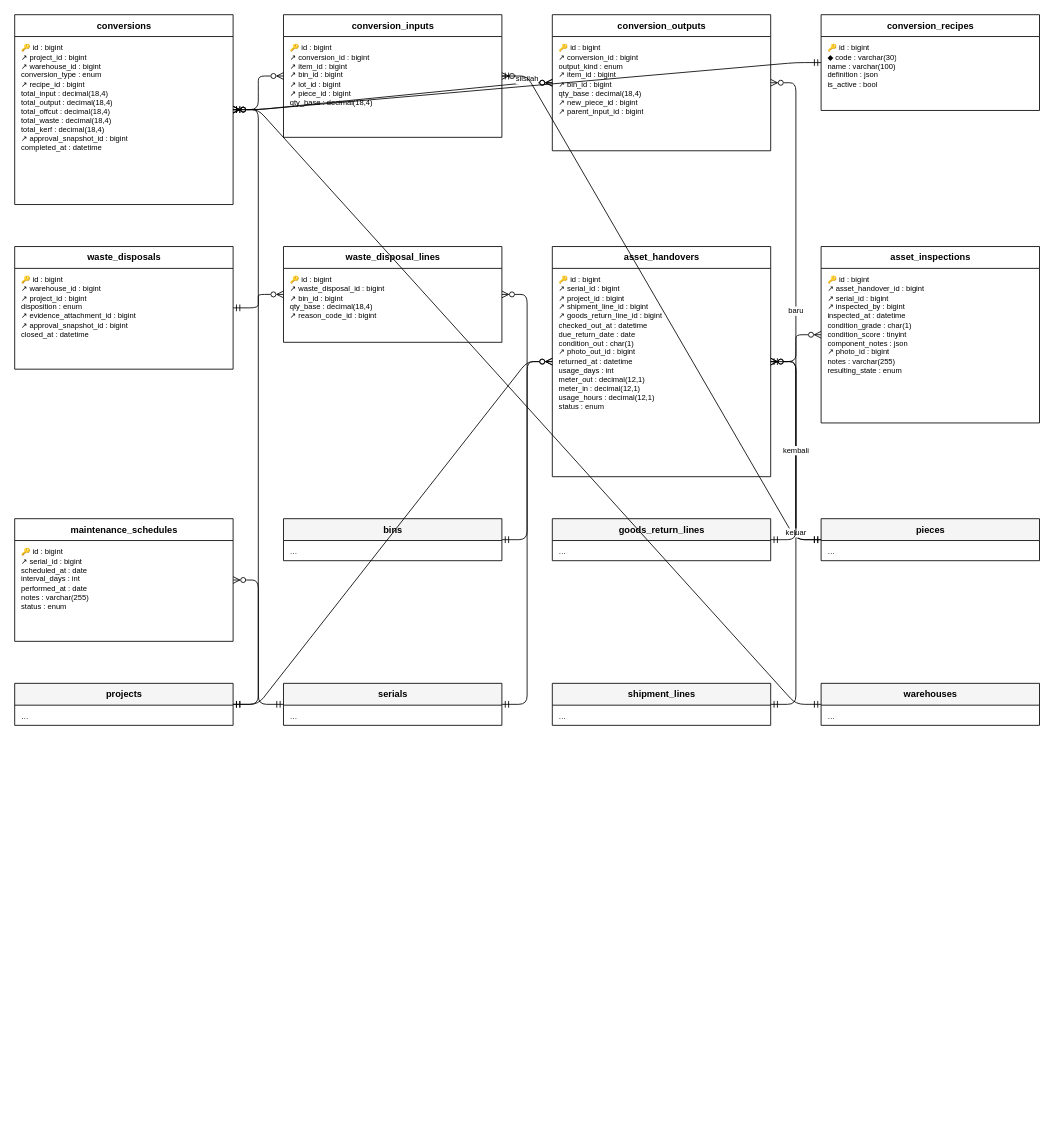
The draw.io diagram docs/diagram/erd-konversi-aset.drawio in HengkyDarmawan/wms, before the edit. Source tidied: cells renumbered, new cells numbered last; positions are measured from the earlier drawing's top-left corner, leaving out a move shared by most shapes. Both pictures are drawn from the tidied source at 84%, with x=0, y=0 at pixel (14, 14).
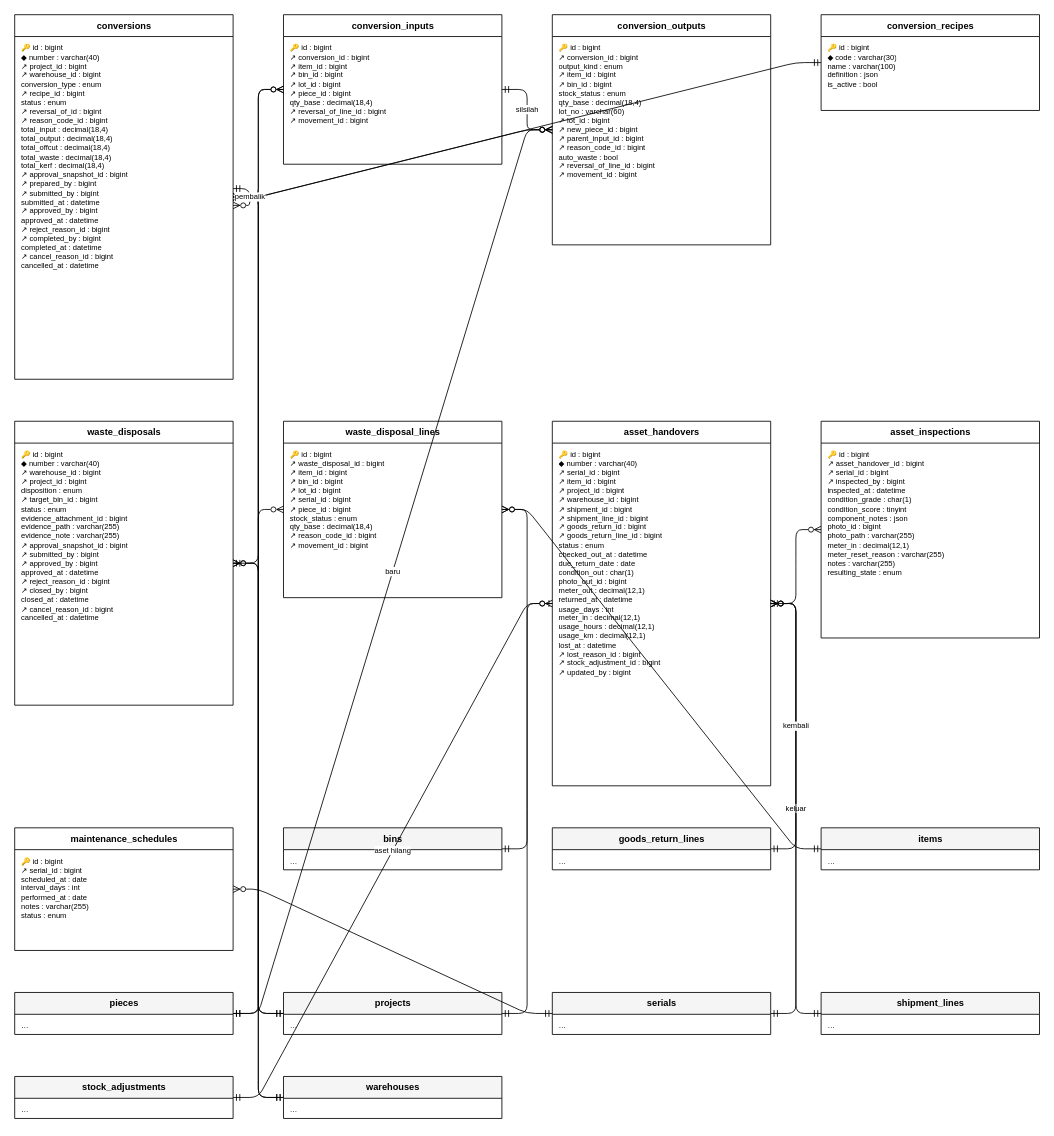
Above is the later version.

The edit, as a diff of the source:
```diff
@@
     <mxCell id="2" value="conversions" style="swimlane;fontStyle=1;horizontal=1;startSize=26;html=1;fontSize=11;fillColor=#FFFFFF;" parent="1" vertex="1">
-      <mxGeometry width="260" height="226" as="geometry" />
+      <mxGeometry width="260" height="434" as="geometry" />
     </mxCell>
-    <mxCell id="3" value="🔑 id : bigint&lt;br&gt;↗ project_id : bigint&lt;br&gt;↗ warehouse_id : bigint&lt;br&gt;conversion_type : enum&lt;br&gt;↗ recipe_id : bigint&lt;br&gt;total_input : decimal(18,4)&lt;br&gt;total_output : decimal(18,4)&lt;br&gt;total_offcut : decimal(18,4)&lt;br&gt;total_waste : decimal(18,4)&lt;br&gt;total_kerf : decimal(18,4)&lt;br&gt;↗ approval_snapshot_id : bigint&lt;br&gt;completed_at : datetime" style="text;html=1;strokeColor=none;fillColor=none;align=left;verticalAlign=top;spacingLeft=6;spacingTop=2;fontSize=9;whiteSpace=wrap;overflow=hidden;" parent="2" vertex="1">
-      <mxGeometry y="26" width="260" height="200" as="geometry" />
+    <mxCell id="3" value="🔑 id : bigint&lt;br&gt;◆ number : varchar(40)&lt;br&gt;↗ project_id : bigint&lt;br&gt;↗ warehouse_id : bigint&lt;br&gt;conversion_type : enum&lt;br&gt;↗ recipe_id : bigint&lt;br&gt;status : enum&lt;br&gt;↗ reversal_of_id : bigint&lt;br&gt;↗ reason_code_id : bigint&lt;br&gt;total_input : decimal(18,4)&lt;br&gt;total_output : decimal(18,4)&lt;br&gt;total_offcut : decimal(18,4)&lt;br&gt;total_waste : decimal(18,4)&lt;br&gt;total_kerf : decimal(18,4)&lt;br&gt;↗ approval_snapshot_id : bigint&lt;br&gt;↗ prepared_by : bigint&lt;br&gt;↗ submitted_by : bigint&lt;br&gt;submitted_at : datetime&lt;br&gt;↗ approved_by : bigint&lt;br&gt;approved_at : datetime&lt;br&gt;↗ reject_reason_id : bigint&lt;br&gt;↗ completed_by : bigint&lt;br&gt;completed_at : datetime&lt;br&gt;↗ cancel_reason_id : bigint&lt;br&gt;cancelled_at : datetime" style="text;html=1;strokeColor=none;fillColor=none;align=left;verticalAlign=top;spacingLeft=6;spacingTop=2;fontSize=9;whiteSpace=wrap;overflow=hidden;" parent="2" vertex="1">
+      <mxGeometry y="26" width="260" height="408" as="geometry" />
     </mxCell>
     <mxCell id="4" value="conversion_inputs" style="swimlane;fontStyle=1;horizontal=1;startSize=26;html=1;fontSize=11;fillColor=#FFFFFF;" parent="1" vertex="1">
-      <mxGeometry x="320" width="260" height="146" as="geometry" />
+      <mxGeometry x="320" width="260" height="178" as="geometry" />
     </mxCell>
-    <mxCell id="5" value="🔑 id : bigint&lt;br&gt;↗ conversion_id : bigint&lt;br&gt;↗ item_id : bigint&lt;br&gt;↗ bin_id : bigint&lt;br&gt;↗ lot_id : bigint&lt;br&gt;↗ piece_id : bigint&lt;br&gt;qty_base : decimal(18,4)" style="text;html=1;strokeColor=none;fillColor=none;align=left;verticalAlign=top;spacingLeft=6;spacingTop=2;fontSize=9;whiteSpace=wrap;overflow=hidden;" parent="4" vertex="1">
-      <mxGeometry y="26" width="260" height="120" as="geometry" />
+    <mxCell id="5" value="🔑 id : bigint&lt;br&gt;↗ conversion_id : bigint&lt;br&gt;↗ item_id : bigint&lt;br&gt;↗ bin_id : bigint&lt;br&gt;↗ lot_id : bigint&lt;br&gt;↗ piece_id : bigint&lt;br&gt;qty_base : decimal(18,4)&lt;br&gt;↗ reversal_of_line_id : bigint&lt;br&gt;↗ movement_id : bigint" style="text;html=1;strokeColor=none;fillColor=none;align=left;verticalAlign=top;spacingLeft=6;spacingTop=2;fontSize=9;whiteSpace=wrap;overflow=hidden;" parent="4" vertex="1">
+      <mxGeometry y="26" width="260" height="152" as="geometry" />
     </mxCell>
     <mxCell id="6" value="conversion_outputs" style="swimlane;fontStyle=1;horizontal=1;startSize=26;html=1;fontSize=11;fillColor=#FFFFFF;" parent="1" vertex="1">
-      <mxGeometry x="640" width="260" height="162" as="geometry" />
+      <mxGeometry x="640" width="260" height="274" as="geometry" />
     </mxCell>
-    <mxCell id="7" value="🔑 id : bigint&lt;br&gt;↗ conversion_id : bigint&lt;br&gt;output_kind : enum&lt;br&gt;↗ item_id : bigint&lt;br&gt;↗ bin_id : bigint&lt;br&gt;qty_base : decimal(18,4)&lt;br&gt;↗ new_piece_id : bigint&lt;br&gt;↗ parent_input_id : bigint" style="text;html=1;strokeColor=none;fillColor=none;align=left;verticalAlign=top;spacingLeft=6;spacingTop=2;fontSize=9;whiteSpace=wrap;overflow=hidden;" parent="6" vertex="1">
-      <mxGeometry y="26" width="260" height="136" as="geometry" />
+    <mxCell id="7" value="🔑 id : bigint&lt;br&gt;↗ conversion_id : bigint&lt;br&gt;output_kind : enum&lt;br&gt;↗ item_id : bigint&lt;br&gt;↗ bin_id : bigint&lt;br&gt;stock_status : enum&lt;br&gt;qty_base : decimal(18,4)&lt;br&gt;lot_no : varchar(60)&lt;br&gt;↗ lot_id : bigint&lt;br&gt;↗ new_piece_id : bigint&lt;br&gt;↗ parent_input_id : bigint&lt;br&gt;↗ reason_code_id : bigint&lt;br&gt;auto_waste : bool&lt;br&gt;↗ reversal_of_line_id : bigint&lt;br&gt;↗ movement_id : bigint" style="text;html=1;strokeColor=none;fillColor=none;align=left;verticalAlign=top;spacingLeft=6;spacingTop=2;fontSize=9;whiteSpace=wrap;overflow=hidden;" parent="6" vertex="1">
+      <mxGeometry y="26" width="260" height="248" as="geometry" />
     </mxCell>
@@
     <mxCell id="10" value="waste_disposals" style="swimlane;fontStyle=1;horizontal=1;startSize=26;html=1;fontSize=11;fillColor=#FFFFFF;" parent="1" vertex="1">
-      <mxGeometry y="276" width="260" height="146" as="geometry" />
+      <mxGeometry y="484" width="260" height="338" as="geometry" />
     </mxCell>
-    <mxCell id="11" value="🔑 id : bigint&lt;br&gt;↗ warehouse_id : bigint&lt;br&gt;↗ project_id : bigint&lt;br&gt;disposition : enum&lt;br&gt;↗ evidence_attachment_id : bigint&lt;br&gt;↗ approval_snapshot_id : bigint&lt;br&gt;closed_at : datetime" style="text;html=1;strokeColor=none;fillColor=none;align=left;verticalAlign=top;spacingLeft=6;spacingTop=2;fontSize=9;whiteSpace=wrap;overflow=hidden;" parent="10" vertex="1">
-      <mxGeometry y="26" width="260" height="120" as="geometry" />
+    <mxCell id="11" value="🔑 id : bigint&lt;br&gt;◆ number : varchar(40)&lt;br&gt;↗ warehouse_id : bigint&lt;br&gt;↗ project_id : bigint&lt;br&gt;disposition : enum&lt;br&gt;↗ target_bin_id : bigint&lt;br&gt;status : enum&lt;br&gt;evidence_attachment_id : bigint&lt;br&gt;evidence_path : varchar(255)&lt;br&gt;evidence_note : varchar(255)&lt;br&gt;↗ approval_snapshot_id : bigint&lt;br&gt;↗ submitted_by : bigint&lt;br&gt;↗ approved_by : bigint&lt;br&gt;approved_at : datetime&lt;br&gt;↗ reject_reason_id : bigint&lt;br&gt;↗ closed_by : bigint&lt;br&gt;closed_at : datetime&lt;br&gt;↗ cancel_reason_id : bigint&lt;br&gt;cancelled_at : datetime" style="text;html=1;strokeColor=none;fillColor=none;align=left;verticalAlign=top;spacingLeft=6;spacingTop=2;fontSize=9;whiteSpace=wrap;overflow=hidden;" parent="10" vertex="1">
+      <mxGeometry y="26" width="260" height="312" as="geometry" />
     </mxCell>
     <mxCell id="12" value="waste_disposal_lines" style="swimlane;fontStyle=1;horizontal=1;startSize=26;html=1;fontSize=11;fillColor=#FFFFFF;" parent="1" vertex="1">
-      <mxGeometry x="320" y="276" width="260" height="114" as="geometry" />
+      <mxGeometry x="320" y="484" width="260" height="210" as="geometry" />
     </mxCell>
-    <mxCell id="13" value="🔑 id : bigint&lt;br&gt;↗ waste_disposal_id : bigint&lt;br&gt;↗ bin_id : bigint&lt;br&gt;qty_base : decimal(18,4)&lt;br&gt;↗ reason_code_id : bigint" style="text;html=1;strokeColor=none;fillColor=none;align=left;verticalAlign=top;spacingLeft=6;spacingTop=2;fontSize=9;whiteSpace=wrap;overflow=hidden;" parent="12" vertex="1">
-      <mxGeometry y="26" width="260" height="88" as="geometry" />
+    <mxCell id="13" value="🔑 id : bigint&lt;br&gt;↗ waste_disposal_id : bigint&lt;br&gt;↗ item_id : bigint&lt;br&gt;↗ bin_id : bigint&lt;br&gt;↗ lot_id : bigint&lt;br&gt;↗ serial_id : bigint&lt;br&gt;↗ piece_id : bigint&lt;br&gt;stock_status : enum&lt;br&gt;qty_base : decimal(18,4)&lt;br&gt;↗ reason_code_id : bigint&lt;br&gt;↗ movement_id : bigint" style="text;html=1;strokeColor=none;fillColor=none;align=left;verticalAlign=top;spacingLeft=6;spacingTop=2;fontSize=9;whiteSpace=wrap;overflow=hidden;" parent="12" vertex="1">
+      <mxGeometry y="26" width="260" height="184" as="geometry" />
     </mxCell>
     <mxCell id="14" value="asset_handovers" style="swimlane;fontStyle=1;horizontal=1;startSize=26;html=1;fontSize=11;fillColor=#FFFFFF;" parent="1" vertex="1">
-      <mxGeometry x="640" y="276" width="260" height="274" as="geometry" />
+      <mxGeometry x="640" y="484" width="260" height="434" as="geometry" />
     </mxCell>
-    <mxCell id="15" value="🔑 id : bigint&lt;br&gt;↗ serial_id : bigint&lt;br&gt;↗ project_id : bigint&lt;br&gt;↗ shipment_line_id : bigint&lt;br&gt;↗ goods_return_line_id : bigint&lt;br&gt;checked_out_at : datetime&lt;br&gt;due_return_date : date&lt;br&gt;condition_out : char(1)&lt;br&gt;↗ photo_out_id : bigint&lt;br&gt;returned_at : datetime&lt;br&gt;usage_days : int&lt;br&gt;meter_out : decimal(12,1)&lt;br&gt;meter_in : decimal(12,1)&lt;br&gt;usage_hours : decimal(12,1)&lt;br&gt;status : enum" style="text;html=1;strokeColor=none;fillColor=none;align=left;verticalAlign=top;spacingLeft=6;spacingTop=2;fontSize=9;whiteSpace=wrap;overflow=hidden;" parent="14" vertex="1">
-      <mxGeometry y="26" width="260" height="248" as="geometry" />
+    <mxCell id="15" value="🔑 id : bigint&lt;br&gt;◆ number : varchar(40)&lt;br&gt;↗ serial_id : bigint&lt;br&gt;↗ item_id : bigint&lt;br&gt;↗ project_id : bigint&lt;br&gt;↗ warehouse_id : bigint&lt;br&gt;↗ shipment_id : bigint&lt;br&gt;↗ shipment_line_id : bigint&lt;br&gt;↗ goods_return_id : bigint&lt;br&gt;↗ goods_return_line_id : bigint&lt;br&gt;status : enum&lt;br&gt;checked_out_at : datetime&lt;br&gt;due_return_date : date&lt;br&gt;condition_out : char(1)&lt;br&gt;photo_out_id : bigint&lt;br&gt;meter_out : decimal(12,1)&lt;br&gt;returned_at : datetime&lt;br&gt;usage_days : int&lt;br&gt;meter_in : decimal(12,1)&lt;br&gt;usage_hours : decimal(12,1)&lt;br&gt;usage_km : decimal(12,1)&lt;br&gt;lost_at : datetime&lt;br&gt;↗ lost_reason_id : bigint&lt;br&gt;↗ stock_adjustment_id : bigint&lt;br&gt;↗ updated_by : bigint" style="text;html=1;strokeColor=none;fillColor=none;align=left;verticalAlign=top;spacingLeft=6;spacingTop=2;fontSize=9;whiteSpace=wrap;overflow=hidden;" parent="14" vertex="1">
+      <mxGeometry y="26" width="260" height="408" as="geometry" />
     </mxCell>
     <mxCell id="16" value="asset_inspections" style="swimlane;fontStyle=1;horizontal=1;startSize=26;html=1;fontSize=11;fillColor=#FFFFFF;" parent="1" vertex="1">
-      <mxGeometry x="960" y="276" width="260" height="210" as="geometry" />
+      <mxGeometry x="960" y="484" width="260" height="258" as="geometry" />
     </mxCell>
-    <mxCell id="17" value="🔑 id : bigint&lt;br&gt;↗ asset_handover_id : bigint&lt;br&gt;↗ serial_id : bigint&lt;br&gt;↗ inspected_by : bigint&lt;br&gt;inspected_at : datetime&lt;br&gt;condition_grade : char(1)&lt;br&gt;condition_score : tinyint&lt;br&gt;component_notes : json&lt;br&gt;↗ photo_id : bigint&lt;br&gt;notes : varchar(255)&lt;br&gt;resulting_state : enum" style="text;html=1;strokeColor=none;fillColor=none;align=left;verticalAlign=top;spacingLeft=6;spacingTop=2;fontSize=9;whiteSpace=wrap;overflow=hidden;" parent="16" vertex="1">
-      <mxGeometry y="26" width="260" height="184" as="geometry" />
+    <mxCell id="17" value="🔑 id : bigint&lt;br&gt;↗ asset_handover_id : bigint&lt;br&gt;↗ serial_id : bigint&lt;br&gt;↗ inspected_by : bigint&lt;br&gt;inspected_at : datetime&lt;br&gt;condition_grade : char(1)&lt;br&gt;condition_score : tinyint&lt;br&gt;component_notes : json&lt;br&gt;photo_id : bigint&lt;br&gt;photo_path : varchar(255)&lt;br&gt;meter_in : decimal(12,1)&lt;br&gt;meter_reset_reason : varchar(255)&lt;br&gt;notes : varchar(255)&lt;br&gt;resulting_state : enum" style="text;html=1;strokeColor=none;fillColor=none;align=left;verticalAlign=top;spacingLeft=6;spacingTop=2;fontSize=9;whiteSpace=wrap;overflow=hidden;" parent="16" vertex="1">
+      <mxGeometry y="26" width="260" height="232" as="geometry" />
     </mxCell>
     <mxCell id="18" value="maintenance_schedules" style="swimlane;fontStyle=1;horizontal=1;startSize=26;html=1;fontSize=11;fillColor=#FFFFFF;" parent="1" vertex="1">
-      <mxGeometry y="600" width="260" height="146" as="geometry" />
+      <mxGeometry y="968" width="260" height="146" as="geometry" />
     </mxCell>
@@
     <mxCell id="20" value="bins" style="swimlane;fontStyle=1;horizontal=1;startSize=26;html=1;fontSize=11;fillColor=#F5F5F5;" parent="1" vertex="1">
-      <mxGeometry x="320" y="600" width="260" height="50" as="geometry" />
+      <mxGeometry x="320" y="968" width="260" height="50" as="geometry" />
     </mxCell>
@@
     <mxCell id="22" value="goods_return_lines" style="swimlane;fontStyle=1;horizontal=1;startSize=26;html=1;fontSize=11;fillColor=#F5F5F5;" parent="1" vertex="1">
-      <mxGeometry x="640" y="600" width="260" height="50" as="geometry" />
+      <mxGeometry x="640" y="968" width="260" height="50" as="geometry" />
     </mxCell>
@@
+    <mxCell id="50" value="items" style="swimlane;fontStyle=1;horizontal=1;startSize=26;html=1;fontSize=11;fillColor=#F5F5F5;" parent="1" vertex="1">
+      <mxGeometry x="960" y="968" width="260" height="50" as="geometry" />
+    </mxCell>
+    <mxCell id="51" value="…" style="text;html=1;strokeColor=none;fillColor=none;align=left;verticalAlign=top;spacingLeft=6;spacingTop=2;fontSize=9;whiteSpace=wrap;overflow=hidden;" parent="50" vertex="1">
+      <mxGeometry y="26" width="260" height="24" as="geometry" />
+    </mxCell>
     <mxCell id="24" value="pieces" style="swimlane;fontStyle=1;horizontal=1;startSize=26;html=1;fontSize=11;fillColor=#F5F5F5;" parent="1" vertex="1">
-      <mxGeometry x="960" y="600" width="260" height="50" as="geometry" />
+      <mxGeometry y="1164" width="260" height="50" as="geometry" />
     </mxCell>
@@
     <mxCell id="26" value="projects" style="swimlane;fontStyle=1;horizontal=1;startSize=26;html=1;fontSize=11;fillColor=#F5F5F5;" parent="1" vertex="1">
-      <mxGeometry y="796" width="260" height="50" as="geometry" />
+      <mxGeometry x="320" y="1164" width="260" height="50" as="geometry" />
     </mxCell>
@@
     <mxCell id="28" value="serials" style="swimlane;fontStyle=1;horizontal=1;startSize=26;html=1;fontSize=11;fillColor=#F5F5F5;" parent="1" vertex="1">
-      <mxGeometry x="320" y="796" width="260" height="50" as="geometry" />
+      <mxGeometry x="640" y="1164" width="260" height="50" as="geometry" />
     </mxCell>
@@
     <mxCell id="30" value="shipment_lines" style="swimlane;fontStyle=1;horizontal=1;startSize=26;html=1;fontSize=11;fillColor=#F5F5F5;" parent="1" vertex="1">
-      <mxGeometry x="640" y="796" width="260" height="50" as="geometry" />
+      <mxGeometry x="960" y="1164" width="260" height="50" as="geometry" />
     </mxCell>
@@
+    <mxCell id="52" value="stock_adjustments" style="swimlane;fontStyle=1;horizontal=1;startSize=26;html=1;fontSize=11;fillColor=#F5F5F5;" parent="1" vertex="1">
+      <mxGeometry y="1264" width="260" height="50" as="geometry" />
+    </mxCell>
+    <mxCell id="53" value="…" style="text;html=1;strokeColor=none;fillColor=none;align=left;verticalAlign=top;spacingLeft=6;spacingTop=2;fontSize=9;whiteSpace=wrap;overflow=hidden;" parent="52" vertex="1">
+      <mxGeometry y="26" width="260" height="24" as="geometry" />
+    </mxCell>
     <mxCell id="32" value="warehouses" style="swimlane;fontStyle=1;horizontal=1;startSize=26;html=1;fontSize=11;fillColor=#F5F5F5;" parent="1" vertex="1">
-      <mxGeometry x="960" y="796" width="260" height="50" as="geometry" />
+      <mxGeometry x="320" y="1264" width="260" height="50" as="geometry" />
     </mxCell>
@@
-    <mxCell id="44" style="edgeStyle=entityRelationEdgeStyle;fontSize=9;html=1;endArrow=ERzeroToMany;startArrow=ERmandOne;endFill=0;startFill=0;" parent="1" edge="1" source="28" target="14">
+    <mxCell id="44" value="pembalik" style="edgeStyle=entityRelationEdgeStyle;fontSize=9;html=1;endArrow=ERzeroToMany;startArrow=ERmandOne;endFill=0;startFill=0;" parent="1" edge="1" source="2" target="2">
       <mxGeometry relative="1" as="geometry" />
     </mxCell>
-    <mxCell id="45" style="edgeStyle=entityRelationEdgeStyle;fontSize=9;html=1;endArrow=ERzeroToMany;startArrow=ERmandOne;endFill=0;startFill=0;" parent="1" edge="1" source="26" target="14">
+    <mxCell id="45" style="edgeStyle=entityRelationEdgeStyle;fontSize=9;html=1;endArrow=ERzeroToMany;startArrow=ERmandOne;endFill=0;startFill=0;" parent="1" edge="1" source="32" target="10">
       <mxGeometry relative="1" as="geometry" />
     </mxCell>
-    <mxCell id="46" value="keluar" style="edgeStyle=entityRelationEdgeStyle;fontSize=9;html=1;endArrow=ERzeroToMany;startArrow=ERmandOne;endFill=0;startFill=0;" parent="1" edge="1" source="30" target="14">
+    <mxCell id="46" style="edgeStyle=entityRelationEdgeStyle;fontSize=9;html=1;endArrow=ERzeroToMany;startArrow=ERmandOne;endFill=0;startFill=0;" parent="1" edge="1" source="26" target="10">
       <mxGeometry relative="1" as="geometry" />
     </mxCell>
-    <mxCell id="47" value="kembali" style="edgeStyle=entityRelationEdgeStyle;fontSize=9;html=1;endArrow=ERzeroToMany;startArrow=ERmandOne;endFill=0;startFill=0;" parent="1" edge="1" source="22" target="14">
+    <mxCell id="47" style="edgeStyle=entityRelationEdgeStyle;fontSize=9;html=1;endArrow=ERzeroToMany;startArrow=ERmandOne;endFill=0;startFill=0;" parent="1" edge="1" source="50" target="12">
       <mxGeometry relative="1" as="geometry" />
     </mxCell>
-    <mxCell id="48" style="edgeStyle=entityRelationEdgeStyle;fontSize=9;html=1;endArrow=ERzeroToMany;startArrow=ERmandOne;endFill=0;startFill=0;" parent="1" edge="1" source="14" target="16">
+    <mxCell id="48" style="edgeStyle=entityRelationEdgeStyle;fontSize=9;html=1;endArrow=ERzeroToMany;startArrow=ERmandOne;endFill=0;startFill=0;" parent="1" edge="1" source="28" target="14">
       <mxGeometry relative="1" as="geometry" />
     </mxCell>
-    <mxCell id="49" style="edgeStyle=entityRelationEdgeStyle;fontSize=9;html=1;endArrow=ERzeroToMany;startArrow=ERmandOne;endFill=0;startFill=0;" parent="1" edge="1" source="28" target="18">
+    <mxCell id="49" style="edgeStyle=entityRelationEdgeStyle;fontSize=9;html=1;endArrow=ERzeroToMany;startArrow=ERmandOne;endFill=0;startFill=0;" parent="1" edge="1" source="26" target="14">
       <mxGeometry relative="1" as="geometry" />
     </mxCell>
+    <mxCell id="54" value="keluar" style="edgeStyle=entityRelationEdgeStyle;fontSize=9;html=1;endArrow=ERzeroToMany;startArrow=ERmandOne;endFill=0;startFill=0;" parent="1" edge="1" source="30" target="14">
+      <mxGeometry relative="1" as="geometry" />
+    </mxCell>
+    <mxCell id="55" value="kembali" style="edgeStyle=entityRelationEdgeStyle;fontSize=9;html=1;endArrow=ERzeroToMany;startArrow=ERmandOne;endFill=0;startFill=0;" parent="1" edge="1" source="22" target="14">
+      <mxGeometry relative="1" as="geometry" />
+    </mxCell>
+    <mxCell id="56" style="edgeStyle=entityRelationEdgeStyle;fontSize=9;html=1;endArrow=ERzeroToMany;startArrow=ERmandOne;endFill=0;startFill=0;" parent="1" edge="1" source="14" target="16">
+      <mxGeometry relative="1" as="geometry" />
+    </mxCell>
+    <mxCell id="57" value="aset hilang" style="edgeStyle=entityRelationEdgeStyle;fontSize=9;html=1;endArrow=ERzeroToOne;startArrow=ERmandOne;endFill=0;startFill=0;" parent="1" edge="1" source="52" target="14">
+      <mxGeometry relative="1" as="geometry" />
+    </mxCell>
+    <mxCell id="58" style="edgeStyle=entityRelationEdgeStyle;fontSize=9;html=1;endArrow=ERzeroToMany;startArrow=ERmandOne;endFill=0;startFill=0;" parent="1" edge="1" source="28" target="18">
+      <mxGeometry relative="1" as="geometry" />
+    </mxCell>
```
